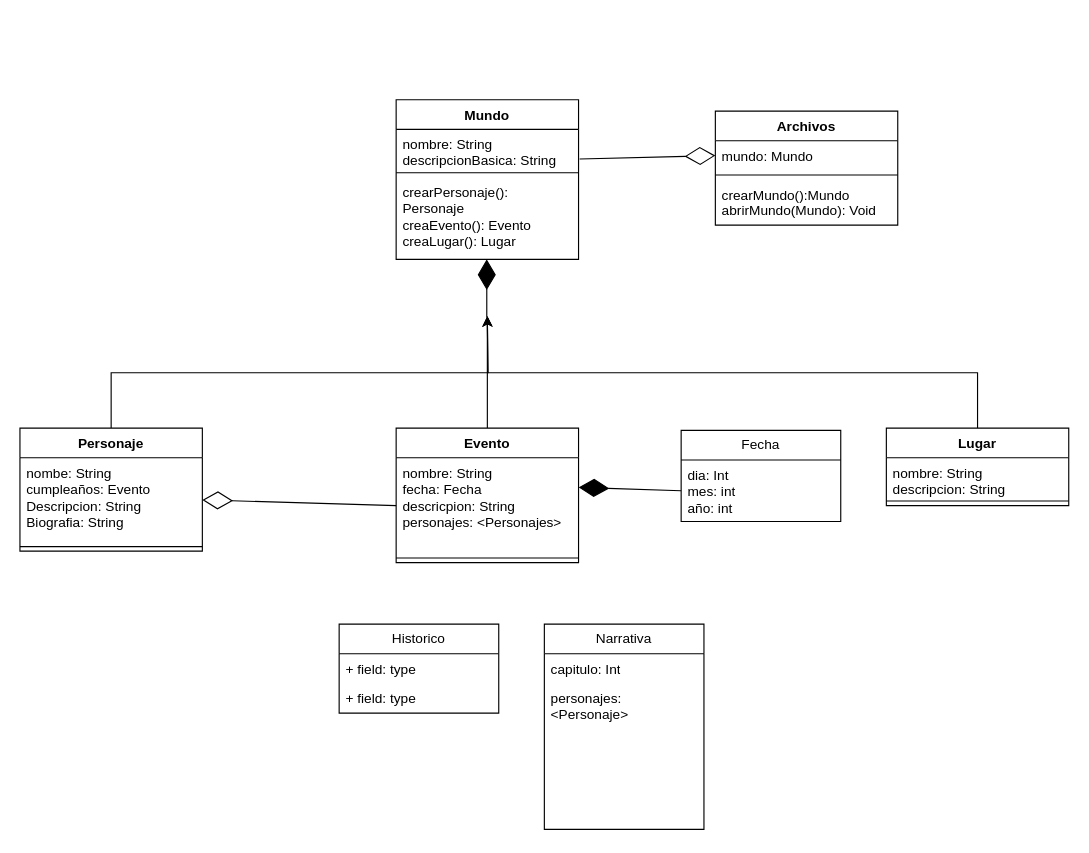
Before: Diagrama sin título.drawio in Jh700wolf/Worldbuilding-tool, a draw.io diagram. Source tidied: cells renumbered, new cells numbered last; positions are measured from the earlier drawing's top-left corner, leaving out a move shared by most shapes. Both pictures are drawn from the tidied source at 114%, with x=0, y=0 at pixel (19, 99).
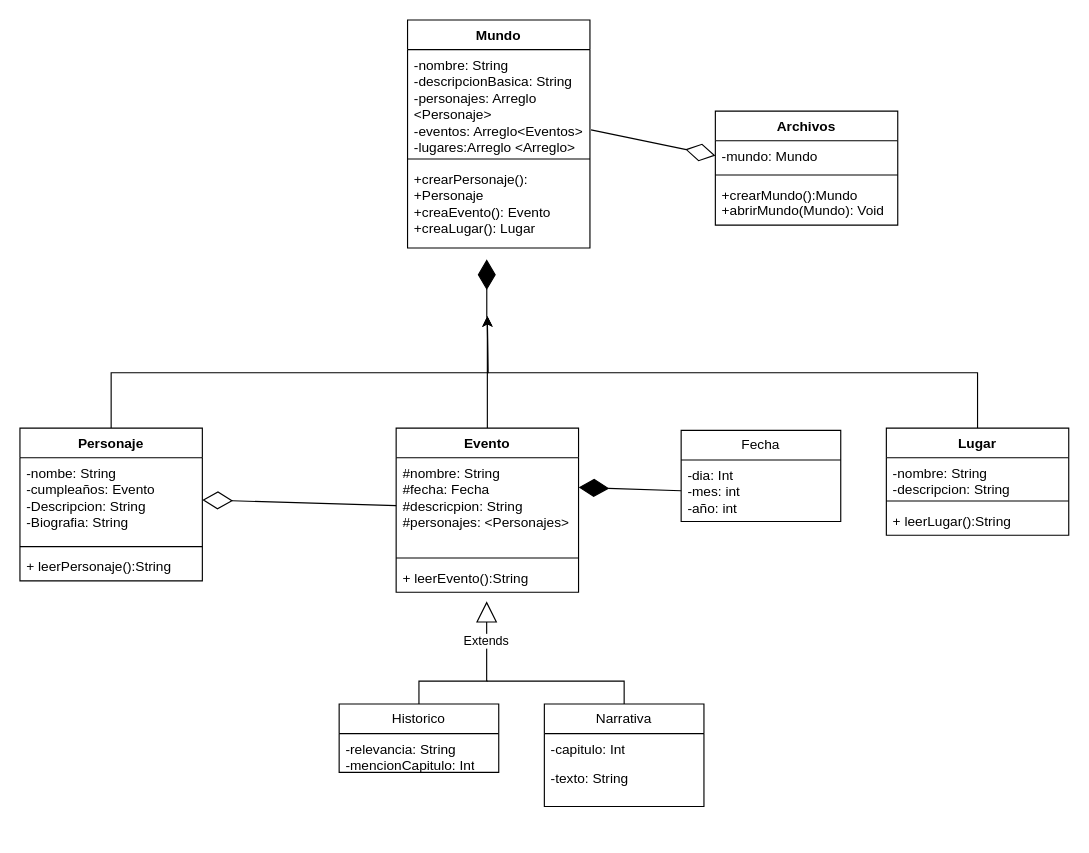
The same diagram, later.

Unchanged cells that the change refers to:
```xml
<mxCell id="20" value="Fecha" style="swimlane;fontStyle=0;horizontal=1;startSize=26;fillColor=none;whiteSpace=wrap;html=1;" parent="1" vertex="1">
  <mxGeometry x="580" y="290" width="140" height="80" as="geometry" />
</mxCell>
<mxCell id="23" value="Archivos" style="swimlane;fontStyle=1;align=center;verticalAlign=top;horizontal=1;startSize=26;whiteSpace=wrap;html=1;" parent="1" vertex="1">
  <mxGeometry x="610" y="10" width="160" height="100" as="geometry" />
</mxCell>
```

What changed in the source:
```diff
@@
     <mxCell id="2" value="Mundo" style="swimlane;fontStyle=1;align=center;verticalAlign=top;horizontal=1;startSize=26;whiteSpace=wrap;html=1;" parent="1" vertex="1">
-      <mxGeometry x="330" width="160" height="140" as="geometry" />
+      <mxGeometry x="340" y="-70" width="160" height="200" as="geometry" />
     </mxCell>
-    <mxCell id="3" value="nombre: String&lt;br&gt;descripcionBasica: String" style="text;strokeColor=none;fillColor=none;align=left;verticalAlign=top;spacingLeft=4;spacingRight=4;overflow=hidden;points=[[0,0.5],[1,0.5]];portConstraint=eastwest;whiteSpace=wrap;html=1;" parent="2" vertex="1">
-      <mxGeometry y="26" width="160" height="34" as="geometry" />
+    <mxCell id="3" value="-nombre: String&lt;br&gt;-descripcionBasica: String&lt;br&gt;-personajes: Arreglo &amp;lt;Personaje&amp;gt;&lt;br&gt;-eventos: Arreglo&amp;lt;Eventos&amp;gt;&lt;br&gt;-lugares:Arreglo &amp;lt;Arreglo&amp;gt;" style="text;strokeColor=none;fillColor=none;align=left;verticalAlign=top;spacingLeft=4;spacingRight=4;overflow=hidden;points=[[0,0.5],[1,0.5]];portConstraint=eastwest;whiteSpace=wrap;html=1;" parent="2" vertex="1">
+      <mxGeometry y="26" width="160" height="92" as="geometry" />
     </mxCell>
     <mxCell id="4" style="line;strokeWidth=1;fillColor=none;align=left;verticalAlign=middle;spacingTop=-1;spacingLeft=3;spacingRight=3;labelPosition=right;strokeColor=inherit;" parent="2" vertex="1">
-      <mxGeometry y="60" width="160" height="8" as="geometry" />
+      <mxGeometry y="118" width="160" height="8" as="geometry" />
     </mxCell>
-    <mxCell id="5" value="crearPersonaje(): Personaje&lt;br&gt;creaEvento(): Evento&lt;br&gt;creaLugar(): Lugar" style="text;strokeColor=none;fillColor=none;align=left;verticalAlign=top;spacingLeft=4;spacingRight=4;overflow=hidden;whiteSpace=wrap;html=1;" parent="2" vertex="1">
-      <mxGeometry y="68" width="160" height="72" as="geometry" />
+    <mxCell id="5" value="+crearPersonaje(): +Personaje&lt;br&gt;+creaEvento(): Evento&lt;br&gt;+creaLugar(): Lugar" style="text;strokeColor=none;fillColor=none;align=left;verticalAlign=top;spacingLeft=4;spacingRight=4;overflow=hidden;whiteSpace=wrap;html=1;" parent="2" vertex="1">
+      <mxGeometry y="126" width="160" height="74" as="geometry" />
     </mxCell>
@@
     <mxCell id="7" value="Personaje" style="swimlane;fontStyle=1;align=center;verticalAlign=top;horizontal=1;startSize=26;whiteSpace=wrap;html=1;" parent="1" vertex="1">
-      <mxGeometry y="288" width="160" height="108" as="geometry" />
+      <mxGeometry y="288" width="160" height="134" as="geometry" />
     </mxCell>
-    <mxCell id="8" value="nombe: String&lt;br&gt;cumpleaños: Evento&lt;br&gt;Descripcion: String&lt;br&gt;Biografia: String&lt;br&gt;" style="text;strokeColor=none;fillColor=none;align=left;verticalAlign=top;spacingLeft=4;spacingRight=4;overflow=hidden;points=[[0,0.5],[1,0.5]];portConstraint=eastwest;whiteSpace=wrap;html=1;" parent="7" vertex="1">
+    <mxCell id="8" value="-nombe: String&lt;br&gt;-cumpleaños: Evento&lt;br&gt;-Descripcion: String&lt;br&gt;-Biografia: String" style="text;strokeColor=none;fillColor=none;align=left;verticalAlign=top;spacingLeft=4;spacingRight=4;overflow=hidden;points=[[0,0.5],[1,0.5]];portConstraint=eastwest;whiteSpace=wrap;html=1;" parent="7" vertex="1">
       <mxGeometry y="26" width="160" height="74" as="geometry" />
     </mxCell>
@@
+    <mxCell id="34" value="+ leerPersonaje():String" style="text;strokeColor=none;fillColor=none;align=left;verticalAlign=top;spacingLeft=4;spacingRight=4;overflow=hidden;whiteSpace=wrap;html=1;" parent="7" vertex="1">
+      <mxGeometry y="108" width="160" height="26" as="geometry" />
+    </mxCell>
@@
     <mxCell id="11" value="Evento" style="swimlane;fontStyle=1;align=center;verticalAlign=top;horizontal=1;startSize=26;whiteSpace=wrap;html=1;" parent="1" vertex="1">
-      <mxGeometry x="330" y="288" width="160" height="118" as="geometry" />
+      <mxGeometry x="330" y="288" width="160" height="144" as="geometry" />
     </mxCell>
-    <mxCell id="12" value="nombre: String&lt;br&gt;fecha: Fecha&lt;br&gt;descricpion: String&lt;br&gt;personajes: &amp;lt;Personajes&amp;gt;" style="text;strokeColor=none;fillColor=none;align=left;verticalAlign=top;spacingLeft=4;spacingRight=4;overflow=hidden;points=[[0,0.5],[1,0.5]];portConstraint=eastwest;whiteSpace=wrap;html=1;" parent="11" vertex="1">
+    <mxCell id="12" value="#nombre: String&lt;br&gt;#fecha: Fecha&lt;br&gt;#descricpion: String&lt;br&gt;#personajes: &amp;lt;Personajes&amp;gt;" style="text;strokeColor=none;fillColor=none;align=left;verticalAlign=top;spacingLeft=4;spacingRight=4;overflow=hidden;points=[[0,0.5],[1,0.5]];portConstraint=eastwest;whiteSpace=wrap;html=1;" parent="11" vertex="1">
       <mxGeometry y="26" width="160" height="84" as="geometry" />
     </mxCell>
@@
+    <mxCell id="35" value="+ leerEvento():String" style="text;strokeColor=none;fillColor=none;align=left;verticalAlign=top;spacingLeft=4;spacingRight=4;overflow=hidden;whiteSpace=wrap;html=1;" parent="11" vertex="1">
+      <mxGeometry y="118" width="160" height="26" as="geometry" />
+    </mxCell>
@@
     <mxCell id="15" value="Lugar" style="swimlane;fontStyle=1;align=center;verticalAlign=top;horizontal=1;startSize=26;whiteSpace=wrap;html=1;" parent="1" vertex="1">
-      <mxGeometry x="760" y="288" width="160" height="68" as="geometry" />
+      <mxGeometry x="760" y="288" width="160" height="94" as="geometry" />
     </mxCell>
-    <mxCell id="16" value="nombre: String&lt;br&gt;descripcion: String" style="text;strokeColor=none;fillColor=none;align=left;verticalAlign=top;spacingLeft=4;spacingRight=4;overflow=hidden;whiteSpace=wrap;html=1;" parent="15" vertex="1">
+    <mxCell id="16" value="-nombre: String&lt;br&gt;-descripcion: String" style="text;strokeColor=none;fillColor=none;align=left;verticalAlign=top;spacingLeft=4;spacingRight=4;overflow=hidden;whiteSpace=wrap;html=1;" parent="15" vertex="1">
       <mxGeometry y="26" width="160" height="34" as="geometry" />
     </mxCell>
@@
+    <mxCell id="36" value="+ leerLugar():String" style="text;strokeColor=none;fillColor=none;align=left;verticalAlign=top;spacingLeft=4;spacingRight=4;overflow=hidden;whiteSpace=wrap;html=1;" parent="15" vertex="1">
+      <mxGeometry y="68" width="160" height="26" as="geometry" />
+    </mxCell>
@@
-    <mxCell id="21" value="dia: Int&lt;br&gt;mes: int&lt;br&gt;año: int" style="text;strokeColor=none;fillColor=none;align=left;verticalAlign=top;spacingLeft=4;spacingRight=4;overflow=hidden;points=[[0,0.5],[1,0.5]];portConstraint=eastwest;whiteSpace=wrap;html=1;" parent="20" vertex="1">
+    <mxCell id="21" value="-dia: Int&lt;br&gt;-mes: int&lt;br&gt;-año: int" style="text;strokeColor=none;fillColor=none;align=left;verticalAlign=top;spacingLeft=4;spacingRight=4;overflow=hidden;points=[[0,0.5],[1,0.5]];portConstraint=eastwest;whiteSpace=wrap;html=1;" parent="20" vertex="1">
       <mxGeometry y="26" width="140" height="54" as="geometry" />
     </mxCell>
@@
-    <mxCell id="24" value="mundo: Mundo" style="text;strokeColor=none;fillColor=none;align=left;verticalAlign=top;spacingLeft=4;spacingRight=4;overflow=hidden;points=[[0,0.5],[1,0.5]];portConstraint=eastwest;whiteSpace=wrap;html=1;" parent="23" vertex="1">
+    <mxCell id="24" value="-mundo: Mundo" style="text;strokeColor=none;fillColor=none;align=left;verticalAlign=top;spacingLeft=4;spacingRight=4;overflow=hidden;points=[[0,0.5],[1,0.5]];portConstraint=eastwest;whiteSpace=wrap;html=1;" parent="23" vertex="1">
       <mxGeometry y="26" width="160" height="26" as="geometry" />
     </mxCell>
@@
-    <mxCell id="26" value="crearMundo():Mundo&lt;br&gt;abrirMundo(Mundo): Void&lt;br&gt;" style="text;strokeColor=none;fillColor=none;align=left;verticalAlign=top;spacingLeft=4;spacingRight=4;overflow=hidden;whiteSpace=wrap;html=1;" parent="23" vertex="1">
+    <mxCell id="26" value="+crearMundo():Mundo&lt;br&gt;+abrirMundo(Mundo): Void" style="text;strokeColor=none;fillColor=none;align=left;verticalAlign=top;spacingLeft=4;spacingRight=4;overflow=hidden;whiteSpace=wrap;html=1;" parent="23" vertex="1">
       <mxGeometry y="60" width="160" height="40" as="geometry" />
     </mxCell>
@@
+    <mxCell id="37" style="edgeStyle=orthogonalEdgeStyle;rounded=0;jettySize=auto;html=1;exitX=0.5;exitY=0;exitDx=0;exitDy=0;endArrow=none;endFill=0;" parent="1" edge="1" source="28">
+      <mxGeometry relative="1" as="geometry">
+        <mxPoint x="410" y="510" as="targetPoint" />
+      </mxGeometry>
+    </mxCell>
     <mxCell id="28" value="Historico" style="swimlane;fontStyle=0;horizontal=1;startSize=26;fillColor=none;whiteSpace=wrap;html=1;" parent="1" vertex="1">
-      <mxGeometry x="280" y="460" width="140" height="78" as="geometry" />
+      <mxGeometry x="280" y="530" width="140" height="60" as="geometry" />
     </mxCell>
-    <mxCell id="29" value="+ field: type" style="text;strokeColor=none;fillColor=none;align=left;verticalAlign=top;spacingLeft=4;spacingRight=4;overflow=hidden;whiteSpace=wrap;html=1;" parent="28" vertex="1">
-      <mxGeometry y="26" width="140" height="26" as="geometry" />
-    </mxCell>
-    <mxCell id="30" value="+ field: type" style="text;strokeColor=none;fillColor=none;align=left;verticalAlign=top;spacingLeft=4;spacingRight=4;overflow=hidden;whiteSpace=wrap;html=1;" parent="28" vertex="1">
-      <mxGeometry y="52" width="140" height="26" as="geometry" />
+    <mxCell id="30" value="-relevancia: String&lt;br&gt;-mencionCapitulo: Int" style="text;strokeColor=none;fillColor=none;align=left;verticalAlign=top;spacingLeft=4;spacingRight=4;overflow=hidden;whiteSpace=wrap;html=1;" parent="28" vertex="1">
+      <mxGeometry y="26" width="140" height="34" as="geometry" />
     </mxCell>
+    <mxCell id="38" style="edgeStyle=orthogonalEdgeStyle;rounded=0;jettySize=auto;html=1;endArrow=none;endFill=0;" parent="1" edge="1" source="31">
+      <mxGeometry relative="1" as="geometry">
+        <mxPoint x="410" y="510" as="targetPoint" />
+        <Array as="points">
+          <mxPoint x="530" y="510" />
+        </Array>
+      </mxGeometry>
+    </mxCell>
     <mxCell id="31" value="Narrativa" style="swimlane;fontStyle=0;horizontal=1;startSize=26;fillColor=none;whiteSpace=wrap;html=1;" parent="1" vertex="1">
-      <mxGeometry x="460" y="460" width="140" height="180" as="geometry" />
+      <mxGeometry x="460" y="530" width="140" height="90" as="geometry" />
     </mxCell>
-    <mxCell id="32" value="capitulo: Int" style="text;strokeColor=none;fillColor=none;align=left;verticalAlign=top;spacingLeft=4;spacingRight=4;overflow=hidden;whiteSpace=wrap;html=1;" parent="31" vertex="1">
+    <mxCell id="32" value="-capitulo: Int" style="text;strokeColor=none;fillColor=none;align=left;verticalAlign=top;spacingLeft=4;spacingRight=4;overflow=hidden;whiteSpace=wrap;html=1;" parent="31" vertex="1">
       <mxGeometry y="26" width="140" height="26" as="geometry" />
     </mxCell>
-    <mxCell id="33" value="personajes: &amp;lt;Personaje&amp;gt;" style="text;strokeColor=none;fillColor=none;align=left;verticalAlign=top;spacingLeft=4;spacingRight=4;overflow=hidden;whiteSpace=wrap;html=1;" parent="31" vertex="1">
-      <mxGeometry y="52" width="140" height="128" as="geometry" />
+    <mxCell id="33" value="-texto: String" style="text;strokeColor=none;fillColor=none;align=left;verticalAlign=top;spacingLeft=4;spacingRight=4;overflow=hidden;whiteSpace=wrap;html=1;" parent="31" vertex="1">
+      <mxGeometry y="52" width="140" height="38" as="geometry" />
     </mxCell>
+    <mxCell id="39" value="Extends" style="endArrow=block;endSize=16;endFill=0;html=1;rounded=0;" parent="1" edge="1">
+      <mxGeometry relative="1" as="geometry">
+        <mxPoint x="409.4" y="510" as="sourcePoint" />
+        <mxPoint x="409.4" y="440" as="targetPoint" />
+      </mxGeometry>
+    </mxCell>
```
